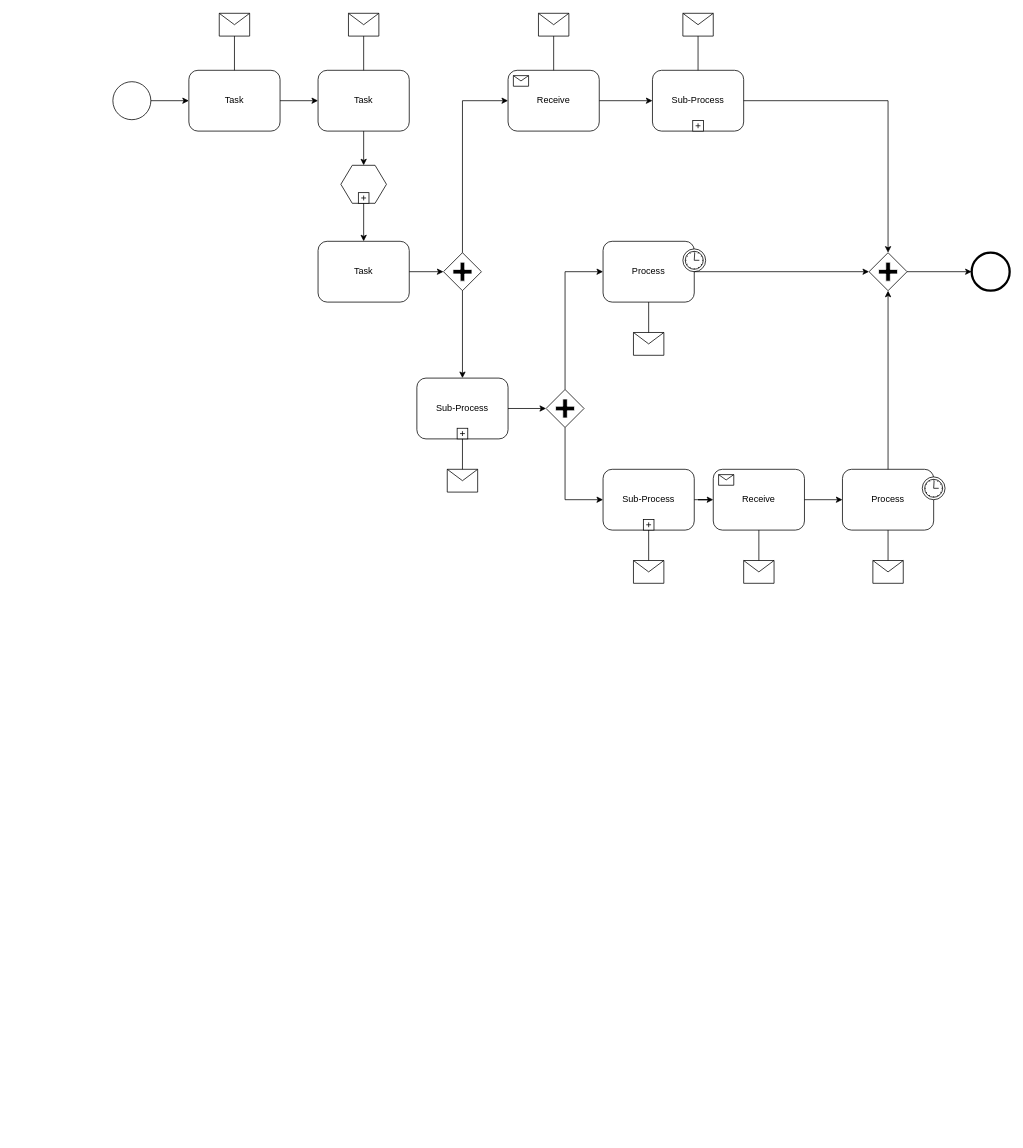
Earlier version of the draw.io diagram storely_7th_sms_bpmn.drawio (mati-tech/draw.io). Source tidied: cells renumbered, new cells numbered last; positions are measured from the earlier drawing's top-left corner, leaving out a move shared by most shapes. Both pictures are drawn from the tidied source at 76%, with x=0, y=0 at pixel (112, 13).
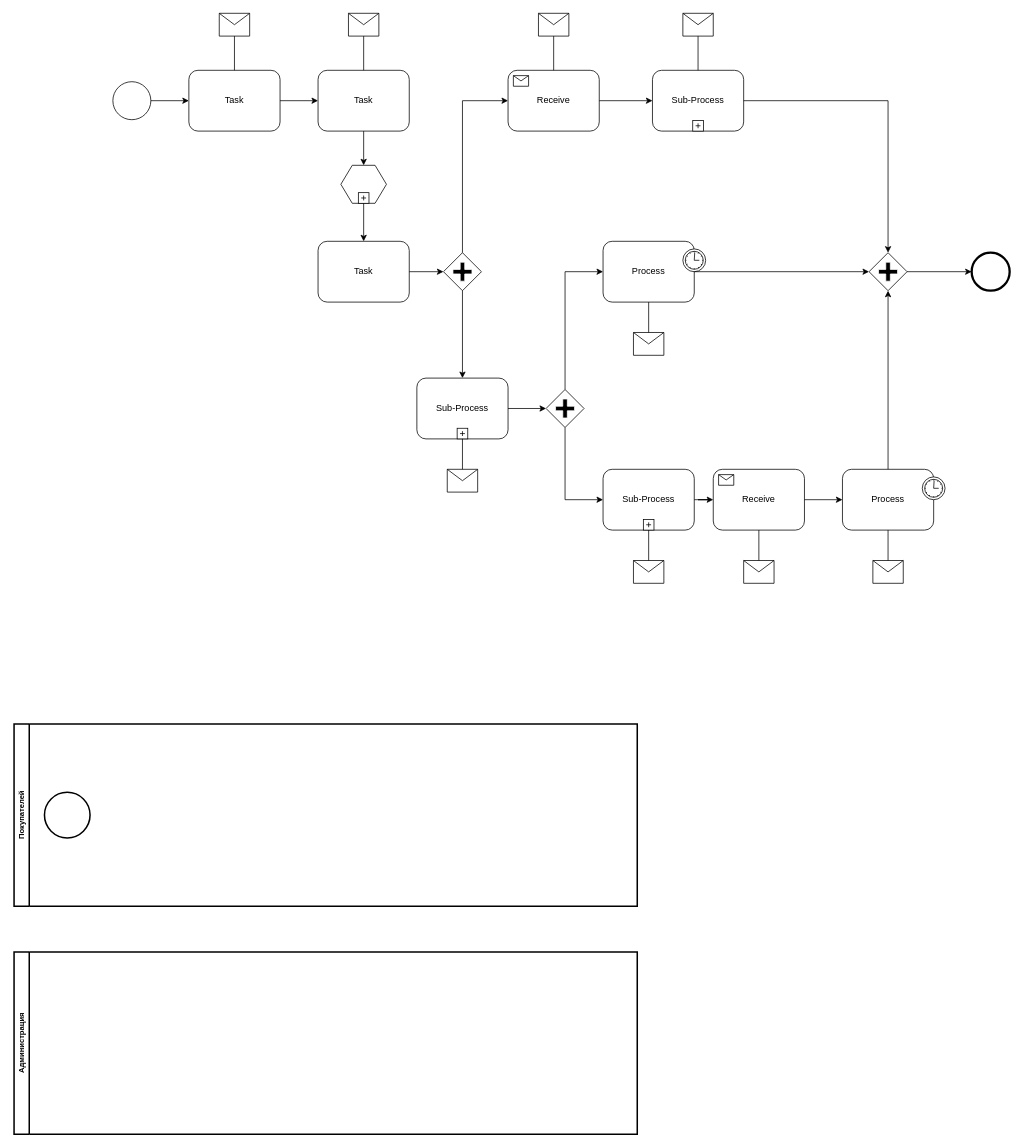
The same diagram, later.

Change to the diagram source:
```diff
@@
+    <mxCell id="61" value="&lt;b&gt;&lt;font style=&quot;font-size: 10px;&quot;&gt;Покупателей&lt;/font&gt;&lt;/b&gt;" style="swimlane;html=1;startSize=20;fontStyle=0;horizontal=0;swimlaneLine=1;swimlaneFillColor=#ffffff;strokeWidth=2;whiteSpace=wrap;" parent="1" vertex="1">
+      <mxGeometry x="-130" y="935" width="820" height="240" as="geometry" />
+    </mxCell>
+    <mxCell id="62" style="strokeWidth=2;html=1;shape=mxgraph.flowchart.start_2;whiteSpace=wrap;" parent="61" vertex="1">
+      <mxGeometry x="40" y="90" width="60" height="60" as="geometry" />
+    </mxCell>
+    <mxCell id="63" value="&lt;b&gt;&lt;font style=&quot;font-size: 10px;&quot;&gt;Администрация&lt;/font&gt;&lt;/b&gt;" style="swimlane;html=1;startSize=20;fontStyle=0;horizontal=0;swimlaneLine=1;swimlaneFillColor=#ffffff;strokeWidth=2;whiteSpace=wrap;" parent="1" vertex="1">
+      <mxGeometry x="-130" y="1235" width="820" height="240" as="geometry" />
+    </mxCell>
```
